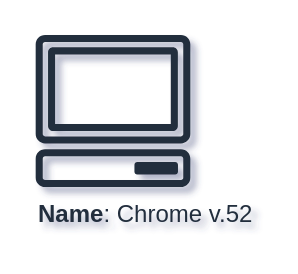
tsypuk/multicloud-diagrams keeps this draw.io diagram as docs/docs/core-components/output/drawio/web_client.drawio. Above is the earlier version. Source tidied: cells renumbered, new cells numbered last; positions are measured from the earlier drawing's top-left corner, leaving out a move shared by most shapes. Both pictures are drawn from the tidied source at 200%, with x=0, y=0 at pixel (34, 34).
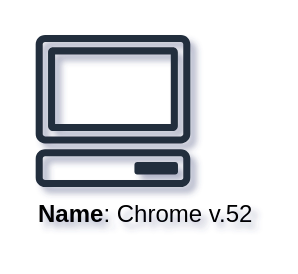
After the change.

Diff of the diagram source:
```diff
@@
 <mxGraphModel shadow="1">
   <root>
     <mxCell id="0" />
     <mxCell id="1" parent="0" />
-    <mxCell id="2" value="&lt;b&gt;Name&lt;/b&gt;: Chrome v.52" style="sketch=0;fontColor=#232F3E;gradientColor=none;fillColor=#232F3D;strokeColor=none;dashed=0;verticalLabelPosition=bottom;verticalAlign=top;align=left;html=1;fontSize=12;fontStyle=0;shape=mxgraph.aws4.client;labelBackgroundColor=none;" parent="1" vertex="1">
+    <mxCell id="2" value="&lt;b&gt;Name&lt;/b&gt;: Chrome v.52" style="sketch=0;gradientColor=none;fillColor=#232F3D;strokeColor=none;dashed=0;verticalLabelPosition=bottom;verticalAlign=top;align=left;html=1;fontSize=12;fontStyle=0;shape=mxgraph.aws4.client;labelBackgroundColor=none;" parent="1" vertex="1">
       <mxGeometry width="78" height="76" as="geometry" />
     </mxCell>
   </root>
 </mxGraphModel>
```
